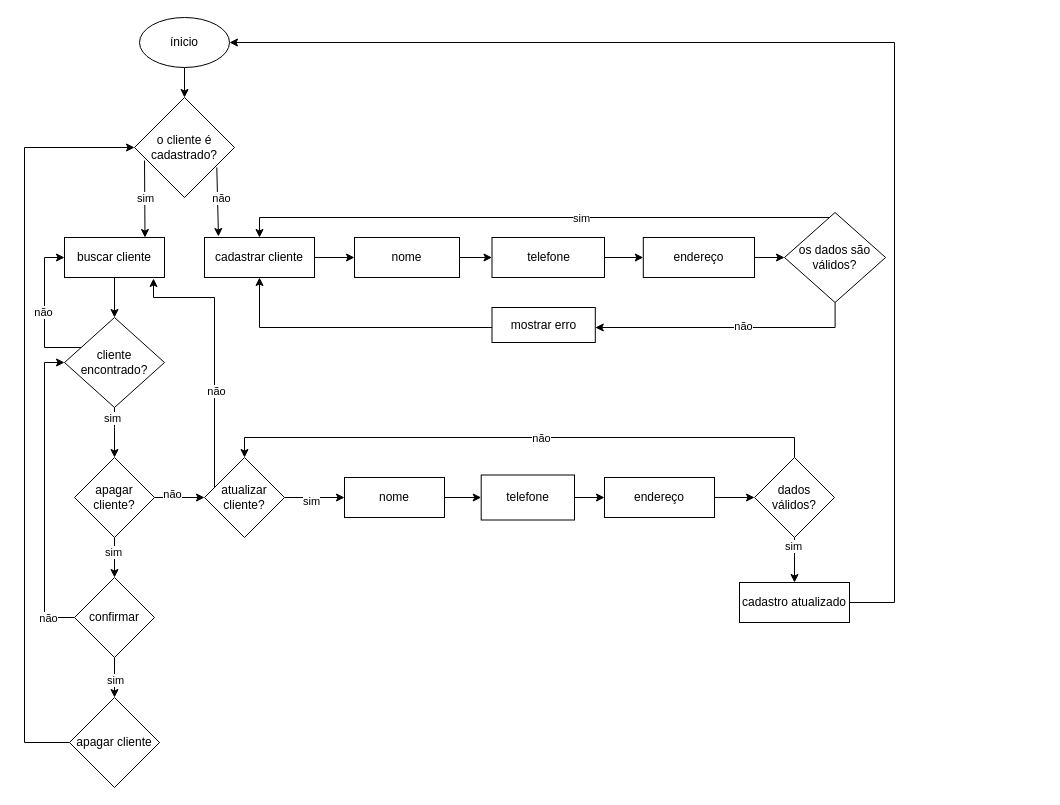
Above: page "Página-1" (1 of 6) of doc/fluxograma.drawio in sarahnandynne/fluxograma.sarah (draw.io), before the change. Source tidied: cells renumbered, new cells numbered last; positions are measured from the earlier drawing's top-left corner, leaving out a move shared by most shapes. Both pictures are drawn from the tidied source at 100%, with x=0, y=0 at pixel (24, 17).
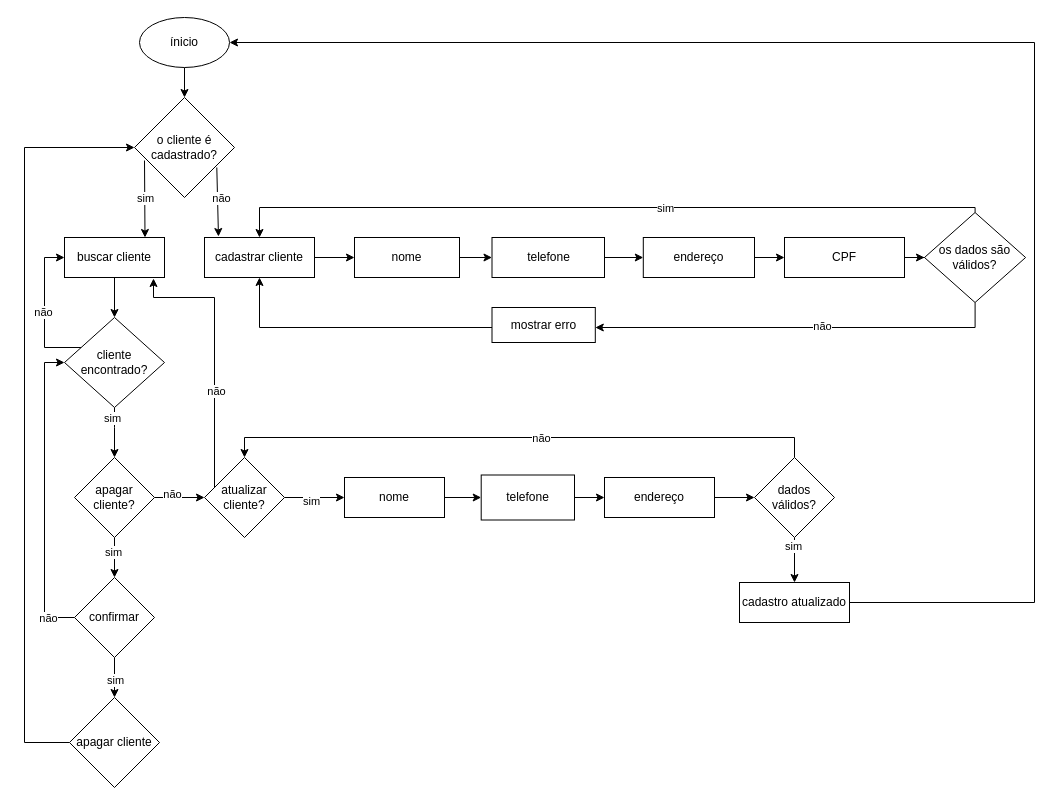
After the change.

The change refers to these unchanged cells:
```xml
<mxCell id="3" value="ínicio" style="ellipse;whiteSpace=wrap;html=1;" parent="1" vertex="1">
  <mxGeometry x="115" width="90" height="50" as="geometry" />
</mxCell>
<mxCell id="7" value="cadastrar cliente" style="rounded=0;whiteSpace=wrap;html=1;" parent="1" vertex="1">
  <mxGeometry x="180" y="220" width="110" height="40" as="geometry" />
</mxCell>
<mxCell id="13" value="endereço" style="whiteSpace=wrap;html=1;rounded=0;" parent="1" vertex="1">
  <mxGeometry x="618.8" y="220" width="111.2" height="40" as="geometry" />
</mxCell>
<mxCell id="20" value="mostrar erro" style="whiteSpace=wrap;html=1;rounded=0;" parent="1" vertex="1">
  <mxGeometry x="467.5" y="290" width="103.3" height="35" as="geometry" />
</mxCell>
<mxCell id="60" value="cadastro atualizado" style="rounded=0;whiteSpace=wrap;html=1;" parent="1" vertex="1">
  <mxGeometry x="715" y="565" width="110" height="40" as="geometry" />
</mxCell>
```

What changed in the source:
```diff
@@
-    <mxCell id="12" style="edgeStyle=orthogonalEdgeStyle;rounded=0;jettySize=auto;html=1;" parent="1" edge="1" source="13" target="18">
-      <mxGeometry relative="1" as="geometry" />
-    </mxCell>
+    <mxCell id="61" style="edgeStyle=orthogonalEdgeStyle;rounded=0;jettySize=auto;html=1;" parent="1" edge="1" source="13" target="63">
+      <mxGeometry relative="1" as="geometry" />
+    </mxCell>
@@
     <mxCell id="14" style="edgeStyle=orthogonalEdgeStyle;rounded=0;jettySize=auto;html=1;" parent="1" edge="1" source="18" target="20">
       <mxGeometry relative="1" as="geometry">
         <Array as="points">
-          <mxPoint x="811" y="310" />
+          <mxPoint x="951" y="310" />
         </Array>
       </mxGeometry>
     </mxCell>
@@
     <mxCell id="16" style="edgeStyle=orthogonalEdgeStyle;rounded=0;jettySize=auto;html=1;entryX=0.5;entryY=0;entryDx=0;entryDy=0;" parent="1" edge="1" source="18" target="7">
       <mxGeometry relative="1" as="geometry">
         <Array as="points">
-          <mxPoint x="235" y="200" />
+          <mxPoint x="951" y="190" />
+          <mxPoint x="235" y="190" />
         </Array>
       </mxGeometry>
     </mxCell>
@@
     <mxCell id="18" value="os dados são válidos?" style="rhombus;whiteSpace=wrap;html=1;rounded=0;" parent="1" vertex="1">
-      <mxGeometry x="760" y="195" width="101.1" height="90" as="geometry" />
+      <mxGeometry x="900" y="195" width="101.1" height="90" as="geometry" />
     </mxCell>
@@
     <mxCell id="59" style="edgeStyle=orthogonalEdgeStyle;rounded=0;jettySize=auto;html=1;entryX=1;entryY=0.5;entryDx=0;entryDy=0;" parent="1" edge="1" source="60" target="3">
       <mxGeometry relative="1" as="geometry">
         <Array as="points">
-          <mxPoint x="870" y="585" />
-          <mxPoint x="870" y="25" />
+          <mxPoint x="1010" y="585" />
+          <mxPoint x="1010" y="25" />
         </Array>
       </mxGeometry>
     </mxCell>
@@
+    <mxCell id="62" style="edgeStyle=orthogonalEdgeStyle;rounded=0;jettySize=auto;html=1;" parent="1" edge="1" source="63" target="18">
+      <mxGeometry relative="1" as="geometry" />
+    </mxCell>
+    <mxCell id="63" value="CPF" style="rounded=0;whiteSpace=wrap;html=1;" parent="1" vertex="1">
+      <mxGeometry x="760" y="220" width="120" height="40" as="geometry" />
+    </mxCell>
```
